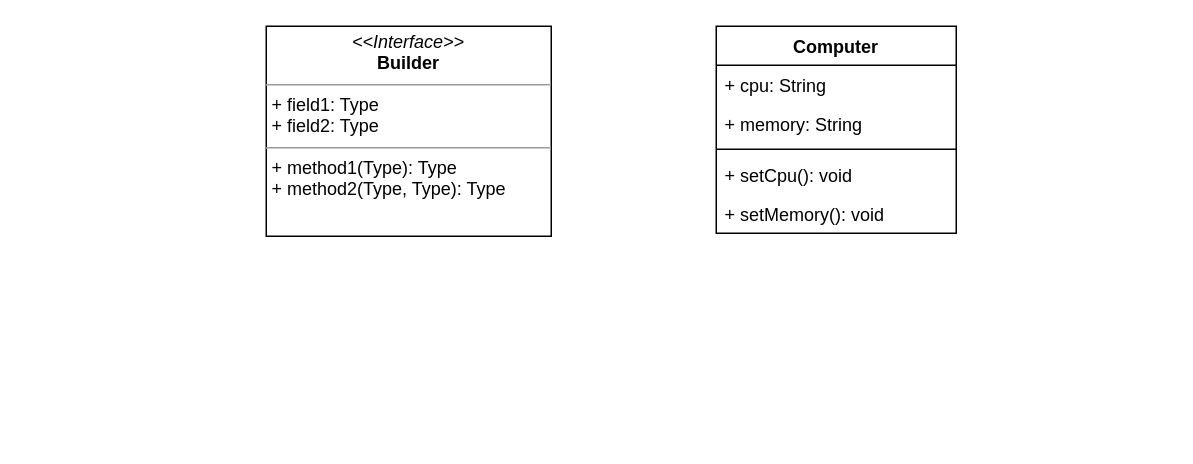
Above: design-builder.drawio in xujiuhua/draw (draw.io), before the change. Source tidied: cells renumbered, new cells numbered last; positions are measured from the earlier drawing's top-left corner, leaving out a move shared by most shapes. Both pictures are drawn from the tidied source at 150%, with x=0, y=0 at pixel (266, 26).
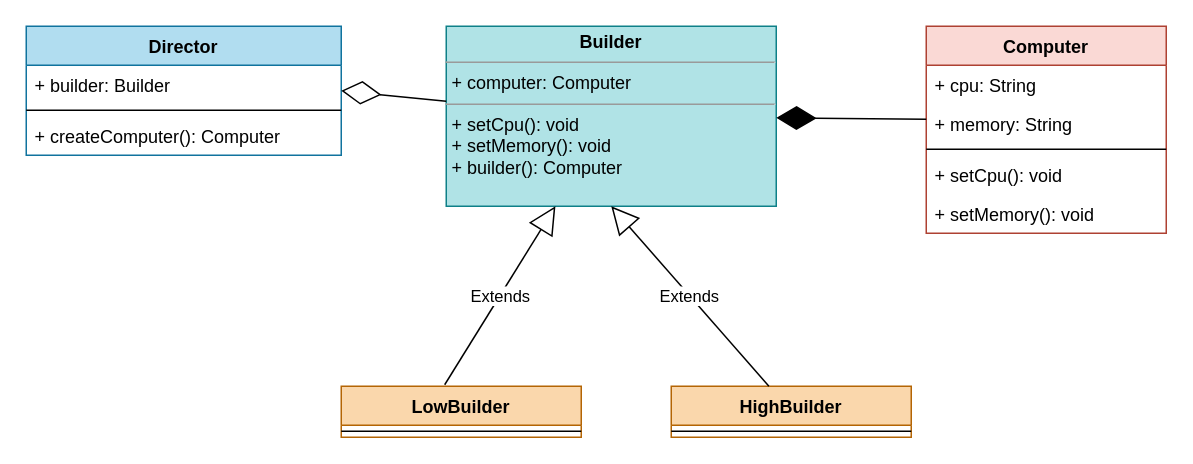
The same page after the edit.

Change to the diagram source:
```diff
@@
-    <mxCell id="2" value="Computer" style="swimlane;fontStyle=1;align=center;verticalAlign=top;horizontal=1;startSize=26;" parent="1" vertex="1">
-      <mxGeometry x="300" width="160" height="138" as="geometry" />
+    <mxCell id="2" value="Computer" style="swimlane;fontStyle=1;align=center;verticalAlign=top;horizontal=1;startSize=26;fillColor=#fad9d5;strokeColor=#ae4132;" parent="1" vertex="1">
+      <mxGeometry x="440" width="160" height="138" as="geometry" />
     </mxCell>
@@
-    <mxCell id="8" value="&lt;p style=&quot;margin: 0px ; margin-top: 4px ; text-align: center&quot;&gt;&lt;i&gt;&amp;lt;&amp;lt;Interface&amp;gt;&amp;gt;&lt;/i&gt;&lt;br&gt;&lt;b&gt;Builder&lt;/b&gt;&lt;/p&gt;&lt;hr size=&quot;1&quot;&gt;&lt;p style=&quot;margin: 0px ; margin-left: 4px&quot;&gt;+ field1: Type&lt;br&gt;+ field2: Type&lt;/p&gt;&lt;hr size=&quot;1&quot;&gt;&lt;p style=&quot;margin: 0px ; margin-left: 4px&quot;&gt;+ method1(Type): Type&lt;br&gt;+ method2(Type, Type): Type&lt;/p&gt;" style="verticalAlign=top;align=left;overflow=fill;fontSize=12;fontFamily=Helvetica;html=1;" parent="1" vertex="1">
-      <mxGeometry width="190" height="140" as="geometry" />
+    <mxCell id="8" value="&lt;p style=&quot;margin: 0px ; margin-top: 4px ; text-align: center&quot;&gt;&lt;b&gt;Builder&lt;/b&gt;&lt;/p&gt;&lt;hr size=&quot;1&quot;&gt;&lt;p style=&quot;margin: 0px ; margin-left: 4px&quot;&gt;+ computer: Computer&lt;br&gt;&lt;/p&gt;&lt;hr size=&quot;1&quot;&gt;&lt;p style=&quot;margin: 0px ; margin-left: 4px&quot;&gt;+ setCpu(): void&lt;br&gt;+ setMemory(): void&lt;/p&gt;&lt;p style=&quot;margin: 0px ; margin-left: 4px&quot;&gt;+ builder(): Computer&lt;/p&gt;" style="verticalAlign=top;align=left;overflow=fill;fontSize=12;fontFamily=Helvetica;html=1;fillColor=#b0e3e6;strokeColor=#0e8088;" parent="1" vertex="1">
+      <mxGeometry x="120" width="220" height="120" as="geometry" />
     </mxCell>
+    <mxCell id="9" value="LowBuilder" style="swimlane;fontStyle=1;align=center;verticalAlign=top;horizontal=1;startSize=26;fillColor=#fad7ac;strokeColor=#b46504;" parent="1" vertex="1">
+      <mxGeometry x="50" y="240" width="160" height="34" as="geometry" />
+    </mxCell>
+    <mxCell id="10" style="line;strokeWidth=1;fillColor=none;align=left;verticalAlign=middle;spacingTop=-1;spacingLeft=3;spacingRight=3;labelPosition=right;" parent="9" vertex="1">
+      <mxGeometry y="26" width="160" height="8" as="geometry" />
+    </mxCell>
+    <mxCell id="11" value="HighBuilder" style="swimlane;fontStyle=1;align=center;verticalAlign=top;horizontal=1;startSize=26;fillColor=#fad7ac;strokeColor=#b46504;" parent="1" vertex="1">
+      <mxGeometry x="270" y="240" width="160" height="34" as="geometry" />
+    </mxCell>
+    <mxCell id="12" style="line;strokeWidth=1;fillColor=none;align=left;verticalAlign=middle;spacingTop=-1;spacingLeft=3;spacingRight=3;labelPosition=right;" parent="11" vertex="1">
+      <mxGeometry y="26" width="160" height="8" as="geometry" />
+    </mxCell>
+    <mxCell id="13" value="Extends" style="endArrow=block;endSize=16;endFill=0;html=1;exitX=0.431;exitY=-0.029;exitDx=0;exitDy=0;exitPerimeter=0;" parent="1" edge="1" source="9" target="8">
+      <mxGeometry relative="1" as="geometry" />
+    </mxCell>
+    <mxCell id="14" value="Extends" style="endArrow=block;endSize=16;endFill=0;html=1;entryX=0.5;entryY=1;entryDx=0;entryDy=0;" parent="1" edge="1" source="11" target="8">
+      <mxGeometry relative="1" as="geometry" />
+    </mxCell>
+    <mxCell id="15" style="endArrow=diamondThin;endFill=1;endSize=24;html=1;" parent="1" edge="1" target="8">
+      <mxGeometry relative="1" as="geometry">
+        <mxPoint x="440" y="62" as="sourcePoint" />
+      </mxGeometry>
+    </mxCell>
+    <mxCell id="16" value="Director" style="swimlane;fontStyle=1;align=center;verticalAlign=top;horizontal=1;startSize=26;fillColor=#b1ddf0;strokeColor=#10739e;" parent="1" vertex="1">
+      <mxGeometry x="-160" width="210" height="86" as="geometry" />
+    </mxCell>
+    <mxCell id="17" value="+ builder: Builder" style="text;strokeColor=none;fillColor=none;align=left;verticalAlign=top;spacingLeft=4;spacingRight=4;overflow=hidden;" parent="16" vertex="1">
+      <mxGeometry y="26" width="210" height="26" as="geometry" />
+    </mxCell>
+    <mxCell id="18" style="line;strokeWidth=1;fillColor=none;align=left;verticalAlign=middle;spacingTop=-1;spacingLeft=3;spacingRight=3;labelPosition=right;" parent="16" vertex="1">
+      <mxGeometry y="52" width="210" height="8" as="geometry" />
+    </mxCell>
+    <mxCell id="19" value="+ createComputer(): Computer" style="text;strokeColor=none;fillColor=none;align=left;verticalAlign=top;spacingLeft=4;spacingRight=4;overflow=hidden;" parent="16" vertex="1">
+      <mxGeometry y="60" width="210" height="26" as="geometry" />
+    </mxCell>
+    <mxCell id="20" style="endArrow=diamondThin;endFill=0;endSize=24;html=1;entryX=1;entryY=0.5;entryDx=0;entryDy=0;" parent="1" edge="1" target="16">
+      <mxGeometry relative="1" as="geometry">
+        <mxPoint x="120" y="50" as="sourcePoint" />
+      </mxGeometry>
+    </mxCell>
```
